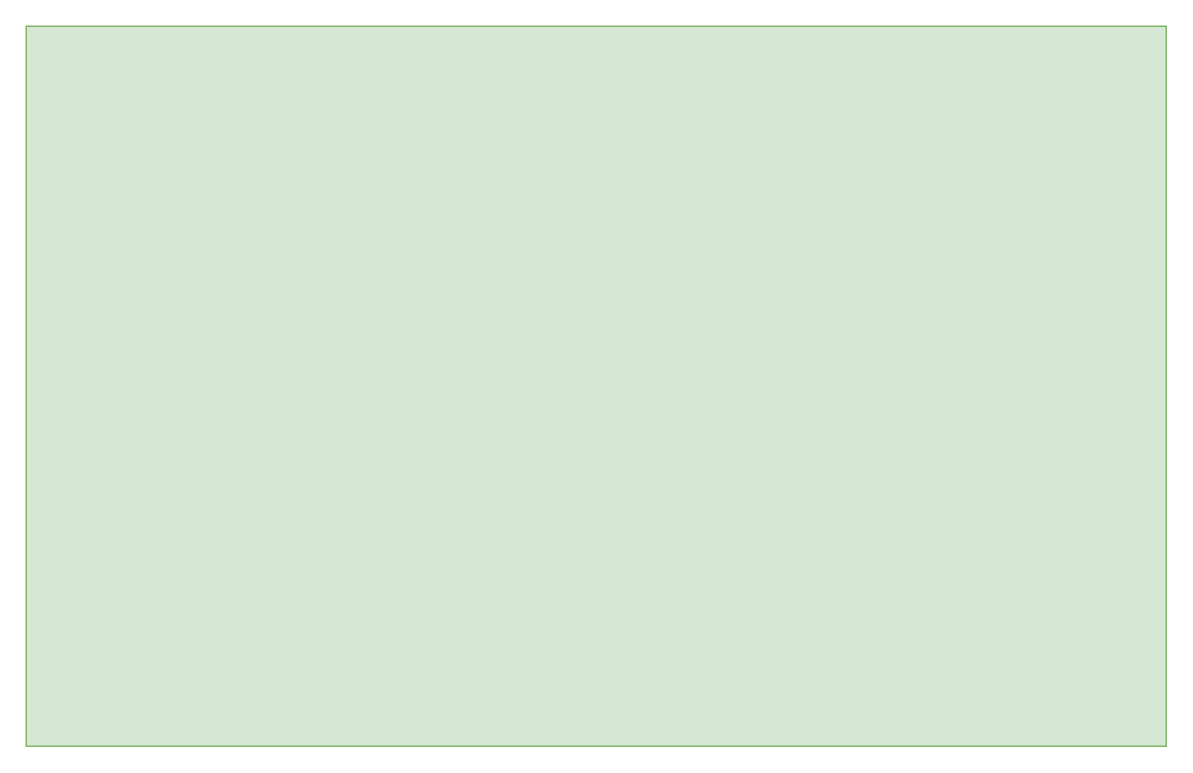
This is zookeeper.drawio from starzy1990/diagrams, a draw.io file, before an edit. Source tidied: cells renumbered, new cells numbered last; positions are measured from the earlier drawing's top-left corner, leaving out a move shared by most shapes. Both pictures are drawn from the tidied source at 150%, with x=0, y=0 at pixel (26, 26).
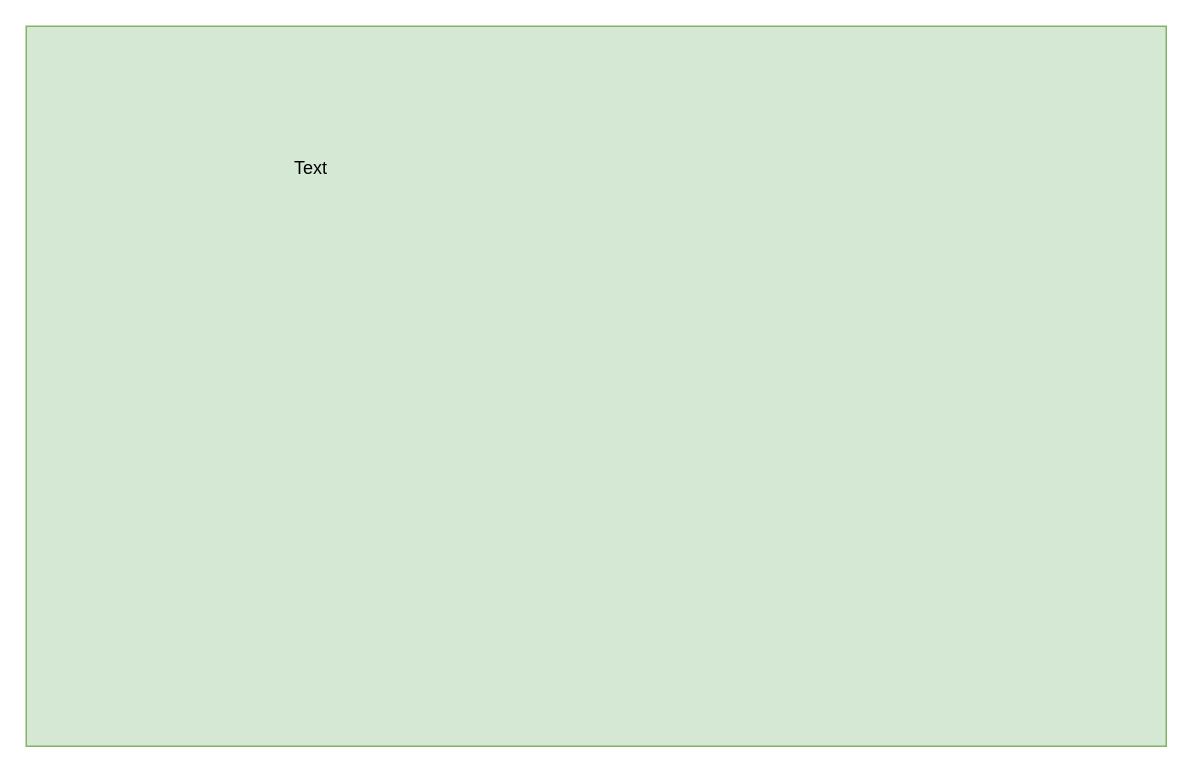
After the change.

The edit, as a diff of the source:
```diff
@@
 <mxGraphModel>
   <root>
     <mxCell id="0" />
     <mxCell id="1" parent="0" />
     <mxCell id="2" style="rounded=0;whiteSpace=wrap;html=1;fillColor=#d5e8d4;strokeColor=#82b366;" parent="1" vertex="1">
       <mxGeometry width="760" height="480" as="geometry" />
     </mxCell>
+    <mxCell id="3" value="Text" style="text;html=1;strokeColor=none;fillColor=none;align=center;verticalAlign=middle;whiteSpace=wrap;rounded=0;fontFamily=Helvetica;fontSize=12;fontColor=default;" parent="1" vertex="1">
+      <mxGeometry x="160" y="80" width="60" height="30" as="geometry" />
+    </mxCell>
   </root>
 </mxGraphModel>
```
